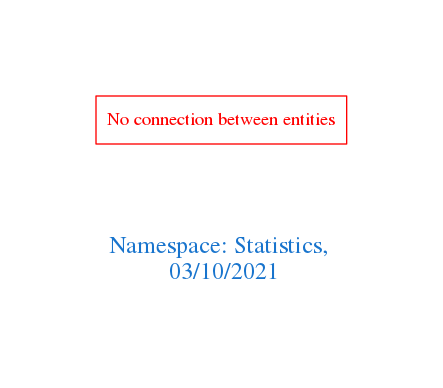
Earlier version of the Graphviz export downloads/Statistics.png (arago/OGIT). Its source is kept beside it as downloads/Statistics.dot.
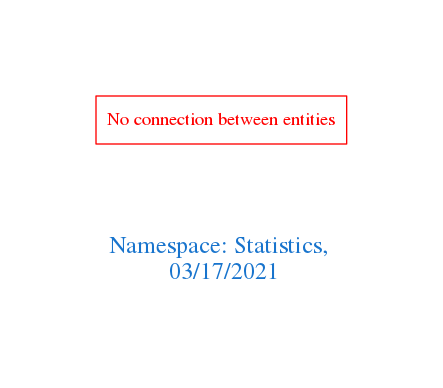
The same diagram one commit later.

The edit, as a diff of the source:
```diff
@@ -1,7 +1,7 @@
 digraph OGIT_ontology {
  graph [ rankdir= LR,pad=1
 fontsize = 18,
-fontcolor= dodgerblue3,label = "\n\n\nNamespace: Statistics, \n 03/10/2021"];
+fontcolor= dodgerblue3,label = "\n\n\nNamespace: Statistics, \n 03/17/2021"];
 node[shape=polygon];
 edge [  color="gray81"];
 
```
